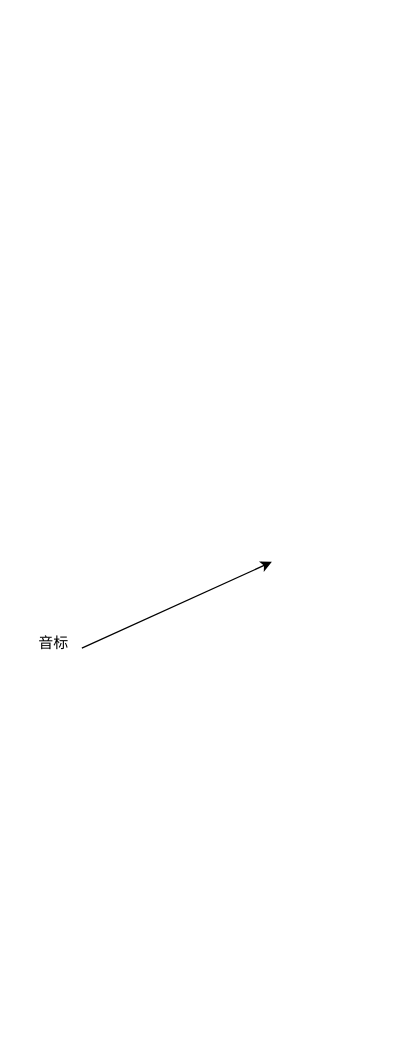
gituserc123/HelloWorld keeps this draw.io diagram as page "第 2 页" (2 of 2) of 未命名表单.drawio. Above is the earlier version. Source tidied: cells renumbered, new cells numbered last; positions are measured from the earlier drawing's top-left corner, leaving out a move shared by most shapes. Both pictures are drawn from the tidied source at 125%, with x=0, y=0 at pixel (21, 561).
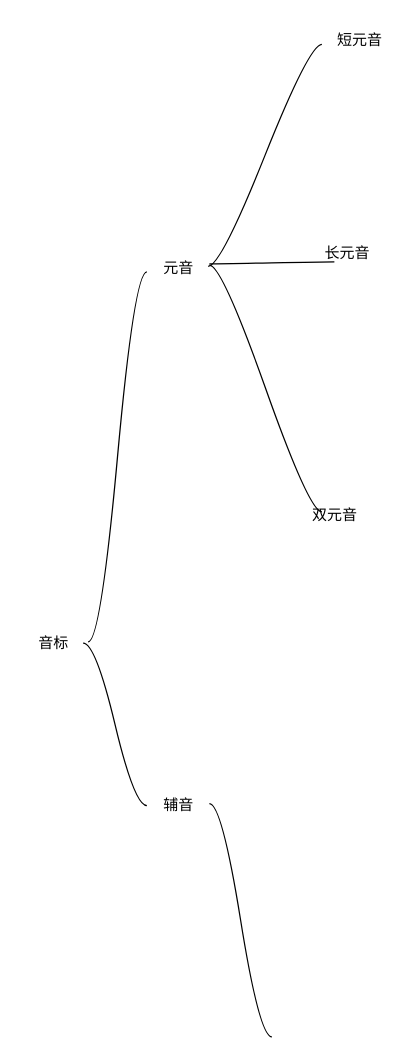
The same diagram, later.

Commit message:
更新未命名表单.drawio

Change to the diagram source:
```diff
@@
 <mxGraphModel>
   <root>
     <mxCell id="0" />
     <mxCell id="1" parent="0" />
     <mxCell id="2" value="音标" style="text;html=1;align=center;verticalAlign=middle;points=[];strokeColor=none;fillColor=none;" parent="1" vertex="1">
       <mxGeometry y="50" width="50" height="30" as="geometry" />
     </mxCell>
-    <mxCell id="3" style="endArrow=classic;html=1;rounded=0;exitX=0.96;exitY=0.633;exitDx=0;exitDy=0;exitPerimeter=0;" parent="1" edge="1" source="2">
-      <mxGeometry relative="1" as="geometry">
-        <mxPoint x="200" as="targetPoint" />
-      </mxGeometry>
-    </mxCell>
+    <mxCell id="4" style="edgeStyle=entityRelationEdgeStyle;startArrow=none;endArrow=none;segment=10;curved=1;sourcePerimeterSpacing=0;targetPerimeterSpacing=0;rounded=0;exitX=1.06;exitY=0.467;exitDx=0;exitDy=0;exitPerimeter=0;entryX=0;entryY=0.6;entryDx=0;entryDy=0;entryPerimeter=0;" parent="1" edge="1" source="2" target="6">
+      <mxGeometry relative="1" as="geometry" />
+    </mxCell>
+    <mxCell id="5" style="edgeStyle=entityRelationEdgeStyle;startArrow=none;endArrow=none;segment=10;curved=1;sourcePerimeterSpacing=0;targetPerimeterSpacing=0;rounded=0;exitX=0.98;exitY=0.5;exitDx=0;exitDy=0;exitPerimeter=0;" parent="1" edge="1" source="2" target="7">
+      <mxGeometry relative="1" as="geometry" />
+    </mxCell>
+    <mxCell id="6" value="元音" style="text;html=1;align=center;verticalAlign=middle;points=[];strokeColor=none;fillColor=none;" parent="1" vertex="1">
+      <mxGeometry x="100" y="-250" width="50" height="30" as="geometry" />
+    </mxCell>
+    <mxCell id="7" value="辅音" style="text;html=1;align=center;verticalAlign=middle;points=[];strokeColor=none;fillColor=none;" parent="1" vertex="1">
+      <mxGeometry x="100" y="180" width="50" height="30" as="geometry" />
+    </mxCell>
+    <mxCell id="8" style="edgeStyle=entityRelationEdgeStyle;startArrow=none;endArrow=none;segment=10;curved=1;sourcePerimeterSpacing=0;targetPerimeterSpacing=0;rounded=0;exitX=0.98;exitY=0.453;exitDx=0;exitDy=0;exitPerimeter=0;entryX=0;entryY=0.6;entryDx=0;entryDy=0;entryPerimeter=0;" parent="1" edge="1" source="6" target="12">
+      <mxGeometry relative="1" as="geometry" />
+    </mxCell>
+    <mxCell id="9" style="edgeStyle=entityRelationEdgeStyle;startArrow=none;endArrow=none;segment=10;curved=1;sourcePerimeterSpacing=0;targetPerimeterSpacing=0;rounded=0;exitX=1;exitY=0.387;exitDx=0;exitDy=0;exitPerimeter=0;" parent="1" edge="1" source="6">
+      <mxGeometry relative="1" as="geometry">
+        <mxPoint x="250" y="-240" as="targetPoint" />
+      </mxGeometry>
+    </mxCell>
+    <mxCell id="10" style="edgeStyle=entityRelationEdgeStyle;startArrow=none;endArrow=none;segment=10;curved=1;sourcePerimeterSpacing=0;targetPerimeterSpacing=0;rounded=0;exitX=1;exitY=0.42;exitDx=0;exitDy=0;exitPerimeter=0;" parent="1" edge="1" source="6">
+      <mxGeometry relative="1" as="geometry">
+        <mxPoint x="240" y="-40" as="targetPoint" />
+      </mxGeometry>
+    </mxCell>
+    <mxCell id="11" style="edgeStyle=entityRelationEdgeStyle;startArrow=none;endArrow=none;segment=10;curved=1;sourcePerimeterSpacing=0;targetPerimeterSpacing=0;rounded=0;exitX=1;exitY=0.447;exitDx=0;exitDy=0;exitPerimeter=0;" parent="1" edge="1" source="7">
+      <mxGeometry relative="1" as="geometry">
+        <mxPoint x="200" y="380" as="targetPoint" />
+      </mxGeometry>
+    </mxCell>
+    <mxCell id="12" value="短元音" style="text;html=1;align=center;verticalAlign=middle;points=[];strokeColor=none;fillColor=none;" parent="1" vertex="1">
+      <mxGeometry x="240" y="-432" width="60" height="30" as="geometry" />
+    </mxCell>
+    <mxCell id="13" value="长元音" style="text;html=1;align=center;verticalAlign=middle;strokeColor=none;fillColor=none;" parent="1" vertex="1">
+      <mxGeometry x="230" y="-262" width="60" height="30" as="geometry" />
+    </mxCell>
+    <mxCell id="14" value="双元音" style="text;html=1;align=center;verticalAlign=middle;strokeColor=none;fillColor=none;" parent="1" vertex="1">
+      <mxGeometry x="220" y="-52" width="60" height="30" as="geometry" />
+    </mxCell>
   </root>
 </mxGraphModel>
```
